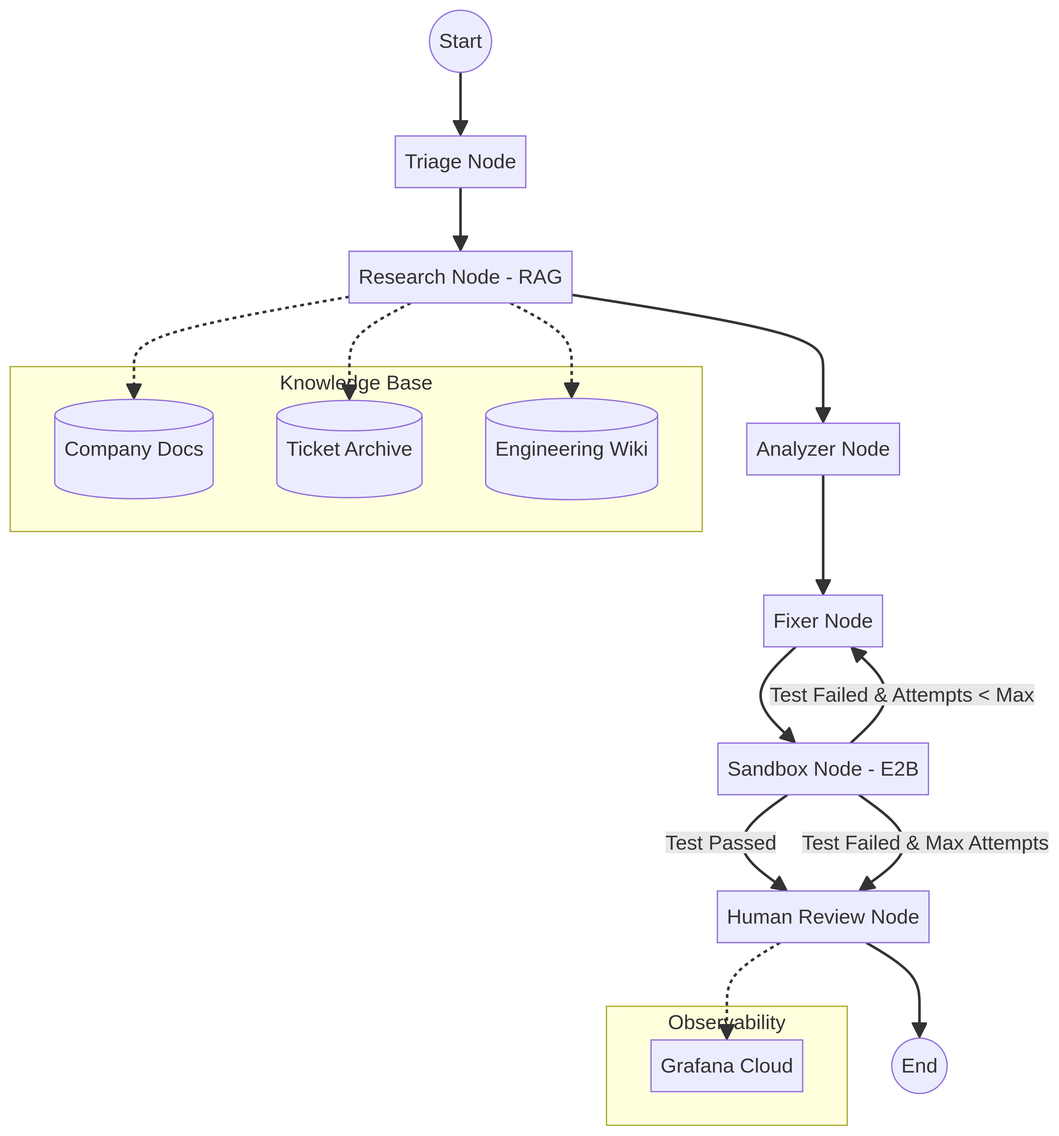
Earlier version of the Mermaid export docs/architecture.png (MuhammadAbbas01/Self_Healing_Customer_support_agent). Its source is kept beside it as docs/architecture.mmd. Its diagram source:
```mermaid
graph TD
    START((Start)) --> TRIAGE[Triage Node]
    TRIAGE --> RESEARCH[Research Node - RAG]
    RESEARCH --> ANALYZER[Analyzer Node]
    ANALYZER --> FIXER[Fixer Node]
    FIXER --> SANDBOX[Validation Node - E2B sandbox planned]
    SANDBOX -- "Test Passed" --> HUMAN_REVIEW[Human Review Node]
    SANDBOX -- "Test Failed & Attempts < Max" --> FIXER
    SANDBOX -- "Test Failed & Max Attempts" --> HUMAN_REVIEW
    HUMAN_REVIEW --> FINISH((End))

    subgraph "Knowledge Base"
        DOCS[(Company Docs)]
        TICKETS[(Ticket Archive)]
        WIKI[(Engineering Wiki)]
    end

    RESEARCH -.-> DOCS
    RESEARCH -.-> TICKETS
    RESEARCH -.-> WIKI

    subgraph "Observability"
        GRAFANA[Grafana Cloud]
    end

    HUMAN_REVIEW -.-> GRAFANA
```
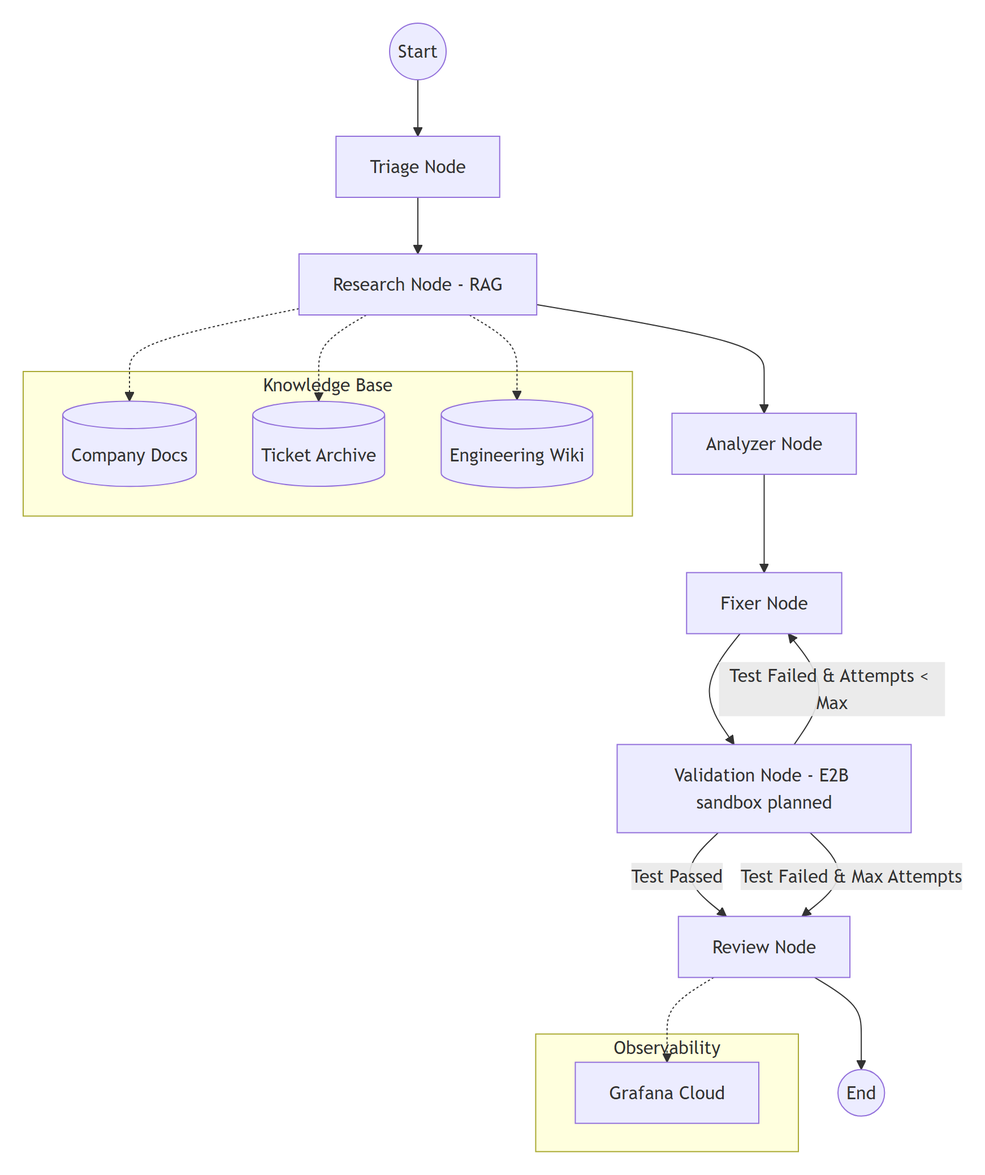
Above is the later version.

Commit message:
Redraw architecture diagrams with validation-stage wording; call the final step Review

The edit, as a diff of the source:
```diff
@@ -4,7 +4,7 @@
     RESEARCH --> ANALYZER[Analyzer Node]
     ANALYZER --> FIXER[Fixer Node]
     FIXER --> SANDBOX[Validation Node - E2B sandbox planned]
-    SANDBOX -- "Test Passed" --> HUMAN_REVIEW[Human Review Node]
+    SANDBOX -- "Test Passed" --> HUMAN_REVIEW[Review Node]
     SANDBOX -- "Test Failed & Attempts < Max" --> FIXER
     SANDBOX -- "Test Failed & Max Attempts" --> HUMAN_REVIEW
     HUMAN_REVIEW --> FINISH((End))
```
